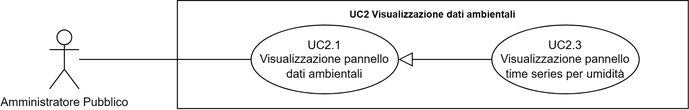
This is src/3_PB/AnalisiDeiRequisiti/assets/UML/UC2.3_Visualizzazione-pannello-time-series-umidità.png from SWATEngineering/Docs, a draw.io export, as it was before one commit. Source tidied: cells renumbered, new cells last; positions are measured from the earlier drawing's top-left corner, leaving out a move shared by most shapes.
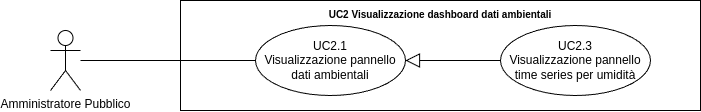
After the change.

The edit, as a diff of the source:
```diff
@@ -5,7 +5,7 @@
     <mxCell id="2" value="Amministratore Pubblico" style="shape=umlActor;verticalLabelPosition=bottom;verticalAlign=top;html=1;outlineConnect=0;" parent="1" vertex="1">
       <mxGeometry y="30" width="30" height="60" as="geometry" />
     </mxCell>
-    <mxCell id="3" value="&lt;b style=&quot;border-color: var(--border-color); font-size: 10px;&quot;&gt;UC2 Visualizzazione dati ambientali&lt;/b&gt;" style="shape=rect;html=1;verticalAlign=top;fontStyle=1;whiteSpace=wrap;align=center;" parent="1" vertex="1">
+    <mxCell id="3" value="&lt;b style=&quot;border-color: var(--border-color); font-size: 10px;&quot;&gt;UC2 Visualizzazione dashboard dati ambientali&lt;/b&gt;" style="shape=rect;html=1;verticalAlign=top;fontStyle=1;whiteSpace=wrap;align=center;" parent="1" vertex="1">
       <mxGeometry x="130" width="520" height="110" as="geometry" />
     </mxCell>
     <mxCell id="4" style="edgeStyle=none;html=1;endArrow=none;verticalAlign=bottom;rounded=0;" parent="1" edge="1" source="2" target="6">
```
